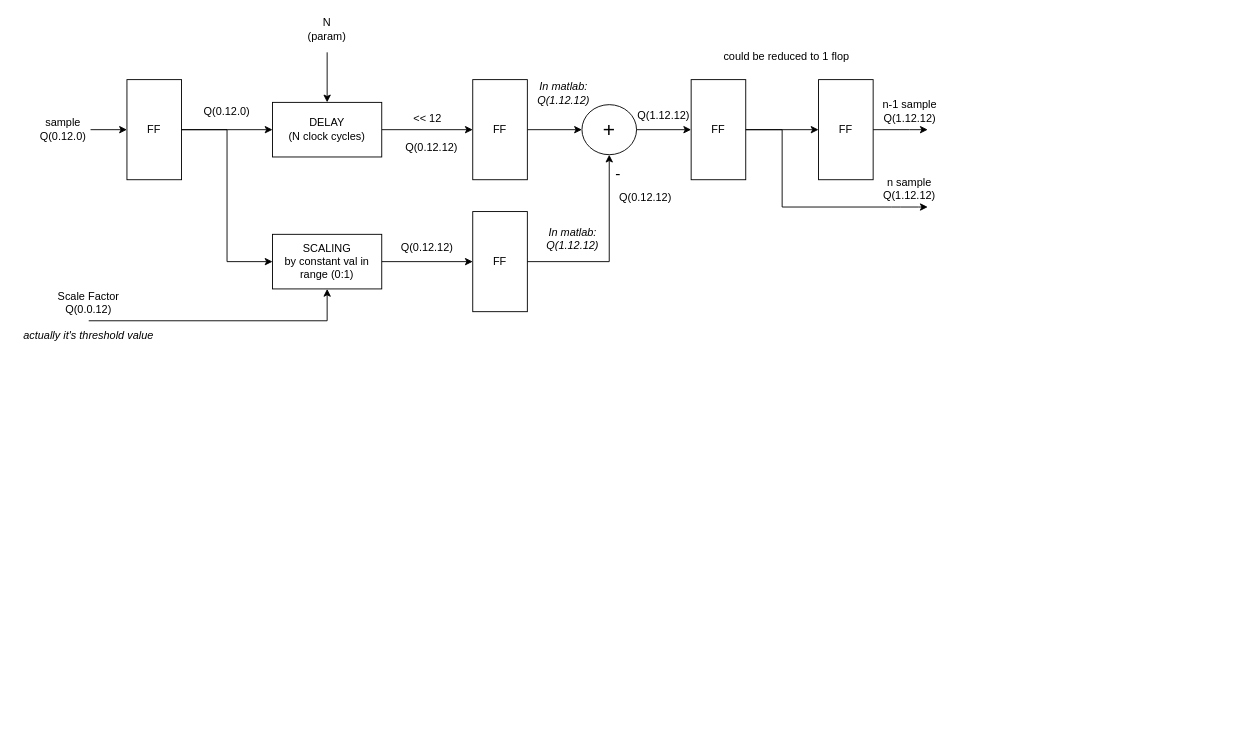
Above: page "scale delay" (3 of 4) of block_diagrams/CFD_block_diagram.drawio in maj77/DCFD (draw.io), before the change. Source tidied: cells renumbered, new cells numbered last; positions are measured from the earlier drawing's top-left corner, leaving out a move shared by most shapes. Both pictures are drawn from the tidied source at 91%, with x=0, y=0 at pixel (15, 15).
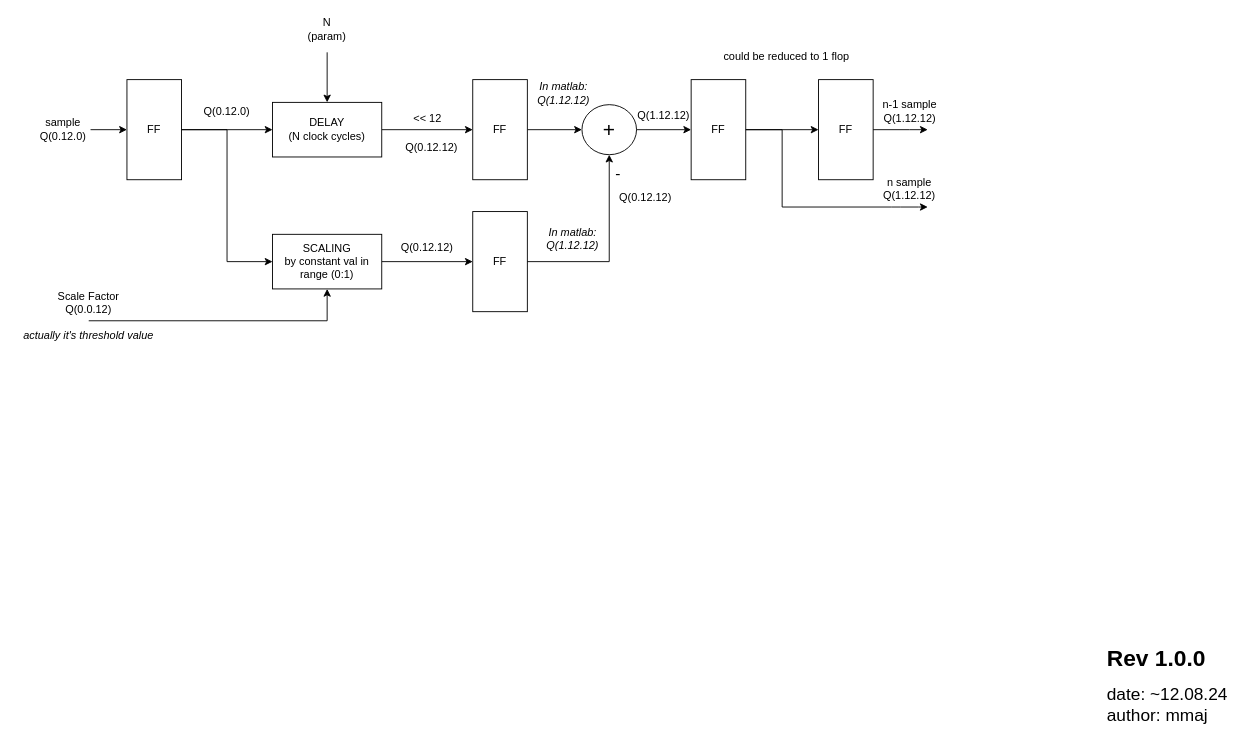
Above is the later version.

The edit, as a diff of the source:
```diff
@@
+    <mxCell id="38" value="&lt;div style=&quot;text-align: left;&quot;&gt;&lt;b style=&quot;font-size: 25px; background-color: initial;&quot;&gt;Rev 1.0.0&lt;/b&gt;&lt;/div&gt;&lt;font style=&quot;&quot;&gt;&lt;br&gt;&lt;div style=&quot;text-align: left;&quot;&gt;&lt;span style=&quot;background-color: initial;&quot;&gt;&lt;font style=&quot;font-size: 19px;&quot;&gt;date: ~12.08.24&lt;/font&gt;&lt;/span&gt;&lt;/div&gt;&lt;div style=&quot;text-align: left;&quot;&gt;&lt;span style=&quot;background-color: initial;&quot;&gt;&lt;font style=&quot;font-size: 19px;&quot;&gt;author: mmaj&lt;/font&gt;&lt;/span&gt;&lt;/div&gt;&lt;/font&gt;" style="text;html=1;align=center;verticalAlign=middle;strokeColor=none;fillColor=none;" parent="1" vertex="1">
+      <mxGeometry x="1185" y="685" width="160" height="100" as="geometry" />
+    </mxCell>
```
